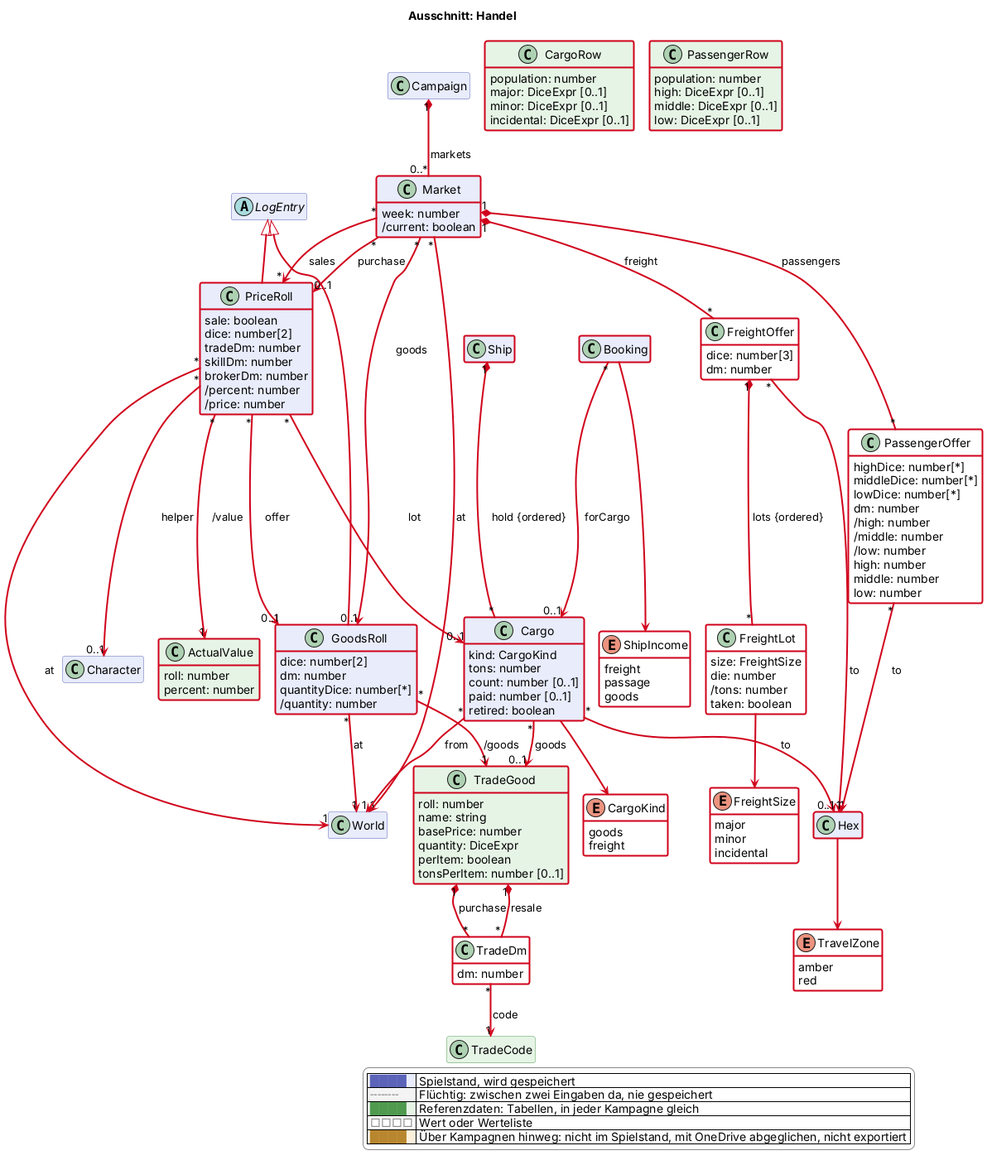
scuzzar/SRE keeps this PlantUML diagram as docs/views/handel.png. Above is the earlier version.
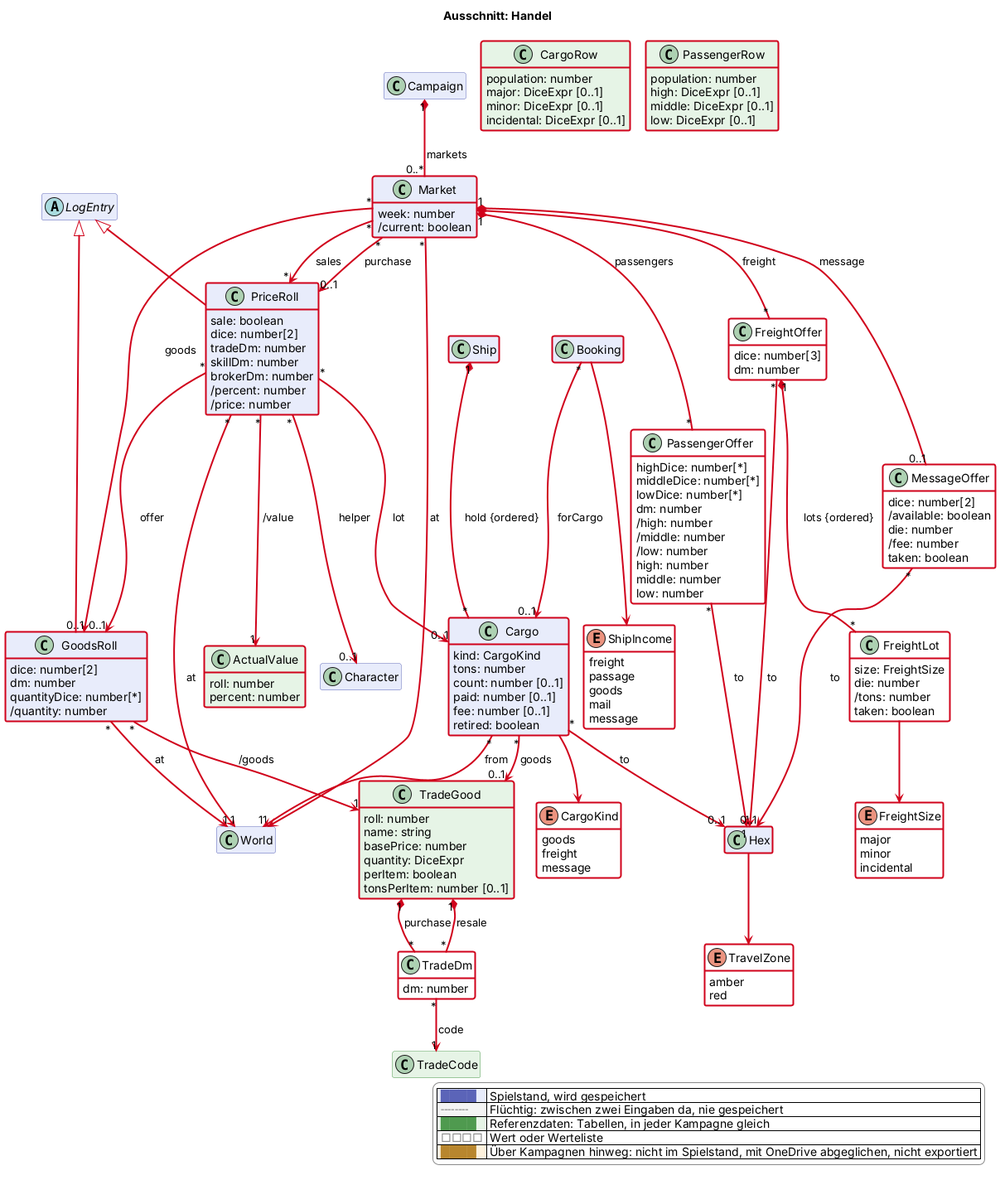
After the commit.

Change to the diagram source:
```diff
@@ -99,11 +99,20 @@
     tons: number
     count: number [0..1]
     paid: number [0..1]
+    fee: number [0..1]
     retired: boolean
   }
   enum CargoKind <<value>> $handel $newClass("2026-11-27") {
     goods
     freight
+    message
+  }
+  class MessageOffer <<value>> $handel $newClass("2026-11-27") {
+    dice: number[2]
+    /available: boolean
+    die: number
+    /fee: number
+    taken: boolean
   }
   class FreightOffer <<value>> $handel $newClass("2026-11-27") {
     dice: number[3]
@@ -136,6 +145,8 @@
     freight
     passage
     goods
+    mail
+    message
   }
   enum TravelZone <<value>> $handel $newClass("2026-11-27") {
     amber
@@ -194,6 +205,8 @@
 FreightOffer "1" *-$newArrow("2026-11-27")- "*" FreightLot : lots {ordered}
 FreightLot -$newArrow("2026-11-27")-> FreightSize
 PassengerOffer "*" -$newArrow("2026-11-27")-> "1" Hex : to
+Market "1" *-$newArrow("2026-11-27")- "0..1" MessageOffer : message
+MessageOffer "*" -$newArrow("2026-11-27")-> "0..1" Hex : to
 LogEntry <|-$newArrow("2026-11-27")- GoodsRoll
 LogEntry <|-$newArrow("2026-11-27")- PriceRoll
 GoodsRoll "*" -$newArrow("2026-11-27")-> "1" World : at
```
